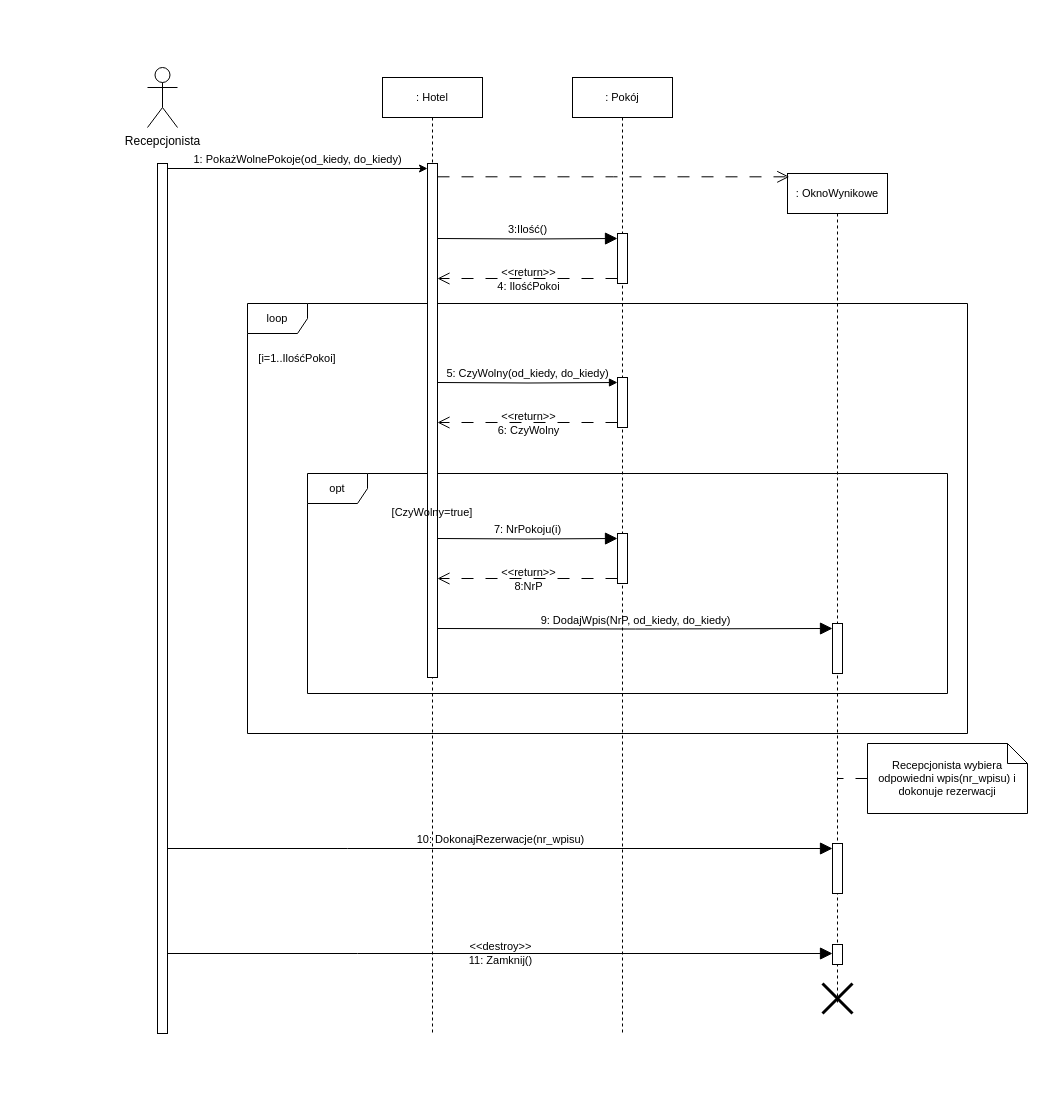
The draw.io diagram Diagram przebiegu.drawio in Dziecky/UML, before the edit. Source tidied: cells renumbered, new cells numbered last; positions are measured from the earlier drawing's top-left corner, leaving out a move shared by most shapes. Both pictures are drawn from the tidied source at 100%, with x=0, y=0 at pixel (147, 67).
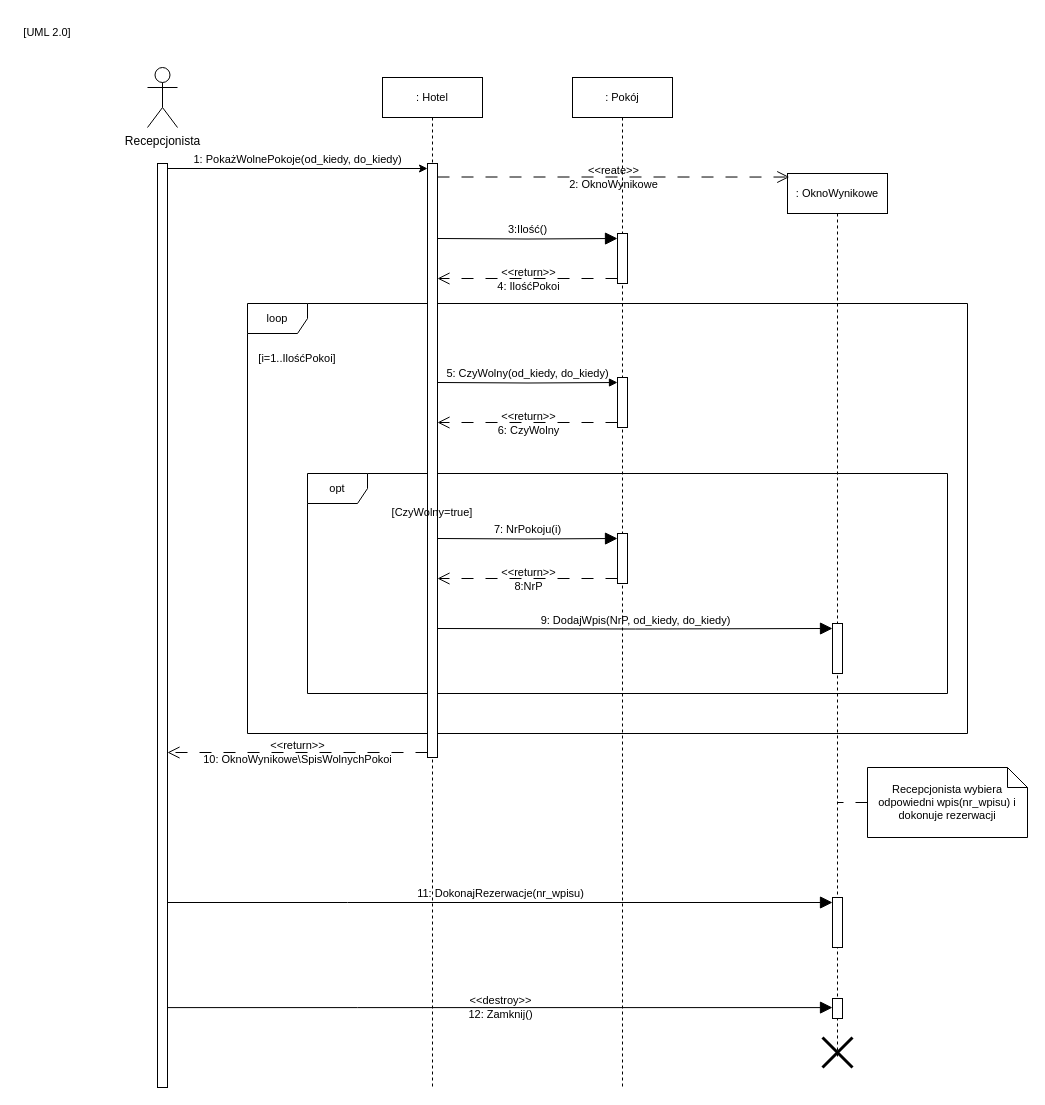
After the change.

Diff of the diagram source:
```diff
@@
     <mxCell id="4" style="html=1;points=[[0,0,0,0,5],[0,1,0,0,-5],[1,0,0,0,5],[1,1,0,0,-5]];perimeter=orthogonalPerimeter;outlineConnect=0;targetShapes=umlLifeline;portConstraint=eastwest;newEdgeStyle={&quot;curved&quot;:0,&quot;rounded&quot;:0};" parent="1" vertex="1">
-      <mxGeometry x="10" y="96" width="10" height="870" as="geometry" />
+      <mxGeometry x="10" y="96" width="10" height="924" as="geometry" />
     </mxCell>
@@
     <mxCell id="16" value="Recepcjonista wybiera odpowiedni wpis(nr_wpisu) i dokonuje rezerwacji" style="shape=note;size=20;whiteSpace=wrap;html=1;fontFamily=Helvetica;fontSize=11;fontColor=default;labelBackgroundColor=none;" parent="1" vertex="1">
-      <mxGeometry x="720" y="676" width="160" height="70" as="geometry" />
+      <mxGeometry x="720" y="700" width="160" height="70" as="geometry" />
     </mxCell>
-    <mxCell id="17" value="10: DokonajRezerwacje(nr_wpisu)" style="edgeStyle=orthogonalEdgeStyle;curved=0;rounded=0;jettySize=auto;html=1;entryX=0;entryY=0;entryDx=0;entryDy=5;entryPerimeter=0;strokeColor=default;align=center;verticalAlign=bottom;fontFamily=Helvetica;fontSize=11;fontColor=default;labelBackgroundColor=none;endArrow=block;endFill=1;endSize=10;" parent="1" edge="1" source="4" target="27">
+    <mxCell id="17" value="11: DokonajRezerwacje(nr_wpisu)" style="edgeStyle=orthogonalEdgeStyle;curved=0;rounded=0;jettySize=auto;html=1;entryX=0;entryY=0;entryDx=0;entryDy=5;entryPerimeter=0;strokeColor=default;align=center;verticalAlign=bottom;fontFamily=Helvetica;fontSize=11;fontColor=default;labelBackgroundColor=none;endArrow=block;endFill=1;endSize=10;" parent="1" edge="1" target="27">
       <mxGeometry relative="1" as="geometry">
+        <mxPoint x="20" y="835" as="sourcePoint" />
         <Array as="points">
-          <mxPoint x="200" y="781" />
-          <mxPoint x="200" y="781" />
+          <mxPoint x="200" y="835" />
+          <mxPoint x="200" y="835" />
         </Array>
       </mxGeometry>
     </mxCell>
-    <mxCell id="18" value="&amp;lt;&amp;lt;destroy&amp;gt;&amp;gt;&lt;div&gt;11: Zamknij()&lt;/div&gt;" style="edgeStyle=orthogonalEdgeStyle;curved=0;rounded=0;jettySize=auto;html=1;strokeColor=default;align=center;verticalAlign=middle;fontFamily=Helvetica;fontSize=11;fontColor=default;labelBackgroundColor=none;endArrow=block;endFill=1;endSize=10;" parent="1" edge="1" source="4" target="28">
+    <mxCell id="18" value="&amp;lt;&amp;lt;destroy&amp;gt;&amp;gt;&lt;div&gt;12: Zamknij()&lt;/div&gt;" style="edgeStyle=orthogonalEdgeStyle;curved=0;rounded=0;jettySize=auto;html=1;strokeColor=default;align=center;verticalAlign=middle;fontFamily=Helvetica;fontSize=11;fontColor=default;labelBackgroundColor=none;endArrow=block;endFill=1;endSize=10;" parent="1" edge="1" target="28">
       <mxGeometry relative="1" as="geometry">
+        <mxPoint x="20" y="940.1" as="sourcePoint" />
         <Array as="points">
-          <mxPoint x="210" y="886" />
-          <mxPoint x="210" y="886" />
+          <mxPoint x="210" y="940" />
+          <mxPoint x="210" y="940" />
         </Array>
       </mxGeometry>
     </mxCell>
     <mxCell id="19" value=": Hotel" style="shape=umlLifeline;perimeter=lifelinePerimeter;whiteSpace=wrap;html=1;newEdgeStyle={&quot;curved&quot;:0,&quot;rounded&quot;:0};fontFamily=Helvetica;fontSize=11;fontColor=default;labelBackgroundColor=none;" parent="1" vertex="1">
-      <mxGeometry x="235" y="10" width="100" height="956" as="geometry" />
+      <mxGeometry x="235" y="10" width="100" height="1010" as="geometry" />
     </mxCell>
     <mxCell id="20" style="html=1;points=[[0,0,0,0,5],[0,1,0,0,-5],[1,0,0,0,5],[1,1,0,0,-5]];perimeter=orthogonalPerimeter;outlineConnect=0;targetShapes=umlLifeline;portConstraint=eastwest;newEdgeStyle={&quot;curved&quot;:0,&quot;rounded&quot;:0};" parent="19" vertex="1">
-      <mxGeometry x="45" y="86" width="10" height="514" as="geometry" />
+      <mxGeometry x="45" y="86" width="10" height="594" as="geometry" />
     </mxCell>
     <mxCell id="21" value=": Pokój" style="shape=umlLifeline;perimeter=lifelinePerimeter;whiteSpace=wrap;html=1;newEdgeStyle={&quot;curved&quot;:0,&quot;rounded&quot;:0};fontFamily=Helvetica;fontSize=11;fontColor=default;labelBackgroundColor=none;" parent="1" vertex="1">
-      <mxGeometry x="425" y="10" width="100" height="956" as="geometry" />
+      <mxGeometry x="425" y="10" width="100" height="1010" as="geometry" />
     </mxCell>
@@
+    <mxCell id="32" value="&amp;lt;&amp;lt;return&amp;gt;&amp;gt;&lt;div&gt;10: OknoWynikowe\SpisWolnychPokoi&lt;/div&gt;" style="edgeStyle=orthogonalEdgeStyle;curved=0;rounded=0;jettySize=auto;html=1;dashed=1;dashPattern=12 12;strokeColor=default;align=center;verticalAlign=middle;fontFamily=Helvetica;fontSize=11;fontColor=default;labelBackgroundColor=none;endArrow=open;endFill=0;endSize=10;exitX=0;exitY=1;exitDx=0;exitDy=-5;exitPerimeter=0;" parent="1" edge="1" source="20" target="4">
+      <mxGeometry relative="1" as="geometry">
+        <Array as="points">
+          <mxPoint x="160" y="685" />
+          <mxPoint x="160" y="685" />
+        </Array>
+      </mxGeometry>
+    </mxCell>
     <mxCell id="25" value=": OknoWynikowe" style="shape=umlLifeline;perimeter=lifelinePerimeter;whiteSpace=wrap;html=1;outlineConnect=0;portConstraint=eastwest;newEdgeStyle={&quot;curved&quot;:0,&quot;rounded&quot;:0};fontFamily=Helvetica;fontSize=11;fontColor=default;labelBackgroundColor=none;" parent="1" vertex="1">
-      <mxGeometry x="640" y="106" width="100" height="830" as="geometry" />
+      <mxGeometry x="640" y="106" width="100" height="884" as="geometry" />
     </mxCell>
@@
     <mxCell id="27" style="html=1;points=[[0,0,0,0,5],[0,1,0,0,-5],[1,0,0,0,5],[1,1,0,0,-5]];perimeter=orthogonalPerimeter;outlineConnect=0;targetShapes=umlLifeline;portConstraint=eastwest;newEdgeStyle={&quot;curved&quot;:0,&quot;rounded&quot;:0};fontFamily=Helvetica;fontSize=11;fontColor=default;labelBackgroundColor=none;" parent="25" vertex="1">
-      <mxGeometry x="45" y="670" width="10" height="50" as="geometry" />
+      <mxGeometry x="45" y="724" width="10" height="50" as="geometry" />
     </mxCell>
     <mxCell id="28" style="html=1;points=[[0,0,0,0,5],[0,1,0,0,-5],[1,0,0,0,5],[1,1,0,0,-5]];perimeter=orthogonalPerimeter;outlineConnect=0;targetShapes=umlLifeline;portConstraint=eastwest;newEdgeStyle={&quot;curved&quot;:0,&quot;rounded&quot;:0};fontFamily=Helvetica;fontSize=11;fontColor=default;labelBackgroundColor=none;" parent="25" vertex="1">
-      <mxGeometry x="45" y="771" width="10" height="20" as="geometry" />
+      <mxGeometry x="45" y="825" width="10" height="20" as="geometry" />
     </mxCell>
-    <mxCell id="29" style="edgeStyle=orthogonalEdgeStyle;curved=0;rounded=0;jettySize=auto;html=1;entryX=0.018;entryY=0.004;entryDx=0;entryDy=0;entryPerimeter=0;dashed=1;dashPattern=12 12;strokeColor=default;align=center;verticalAlign=middle;fontFamily=Helvetica;fontSize=11;fontColor=default;labelBackgroundColor=none;endArrow=open;endFill=0;endSize=10;" parent="1" edge="1" source="20" target="25">
+    <mxCell id="29" value="&amp;lt;&amp;lt;reate&amp;gt;&amp;gt;&lt;div&gt;2: OknoWynikowe&lt;/div&gt;" style="edgeStyle=orthogonalEdgeStyle;curved=0;rounded=0;jettySize=auto;html=1;entryX=0.018;entryY=0.004;entryDx=0;entryDy=0;entryPerimeter=0;dashed=1;dashPattern=12 12;strokeColor=default;align=center;verticalAlign=middle;fontFamily=Helvetica;fontSize=11;fontColor=default;labelBackgroundColor=none;endArrow=open;endFill=0;endSize=10;" parent="1" edge="1" source="20" target="25">
       <mxGeometry relative="1" as="geometry">
         <Array as="points">
           <mxPoint x="466" y="109" />
         </Array>
       </mxGeometry>
     </mxCell>
     <mxCell id="30" style="shape=umlDestroy;whiteSpace=wrap;html=1;strokeWidth=3;targetShapes=umlLifeline;fontFamily=Helvetica;fontSize=11;fontColor=default;labelBackgroundColor=none;" parent="1" vertex="1">
-      <mxGeometry x="675" y="916" width="30" height="30" as="geometry" />
+      <mxGeometry x="675" y="970" width="30" height="30" as="geometry" />
     </mxCell>
@@
+    <mxCell id="33" value="[UML 2.0]" style="text;strokeColor=none;align=center;fillColor=none;html=1;verticalAlign=middle;whiteSpace=wrap;rounded=0;fontFamily=Helvetica;fontSize=11;fontColor=default;labelBackgroundColor=none;" parent="1" vertex="1">
+      <mxGeometry x="-130" y="-50" width="60" height="30" as="geometry" />
+    </mxCell>
```
